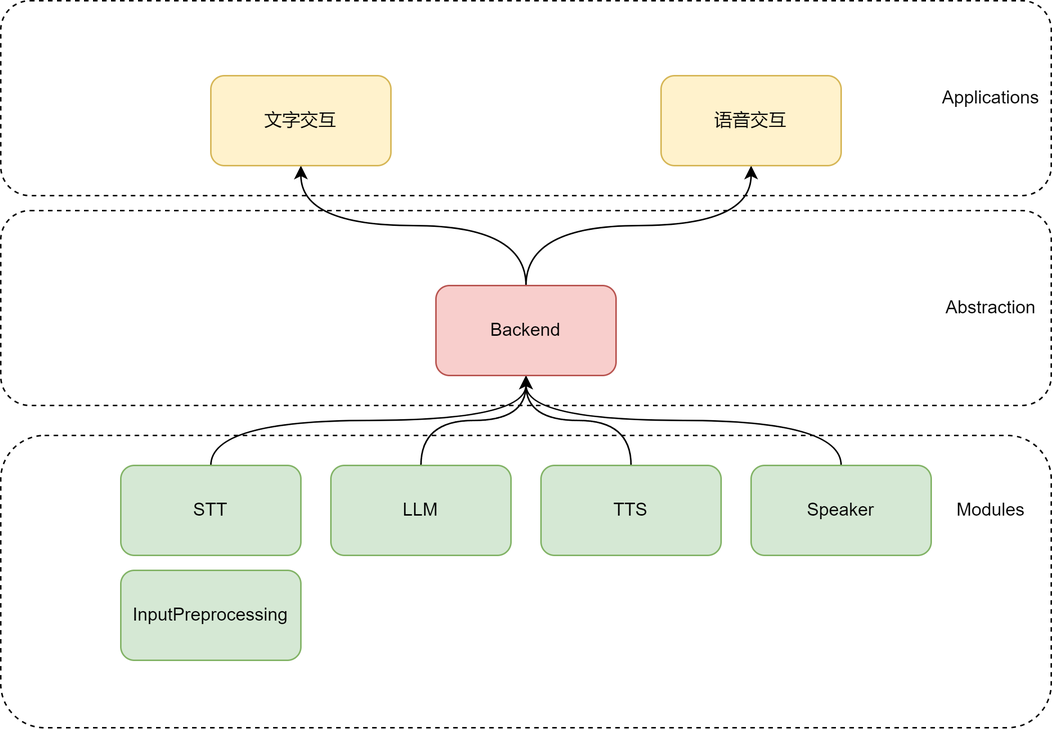
Before: arch/stack of tech.png, a diagram exported from draw.io (480284856/AsyncAudioChat). Source tidied: cells renumbered, new cells last; positions are measured from the earlier drawing's top-left corner, leaving out a move shared by most shapes.
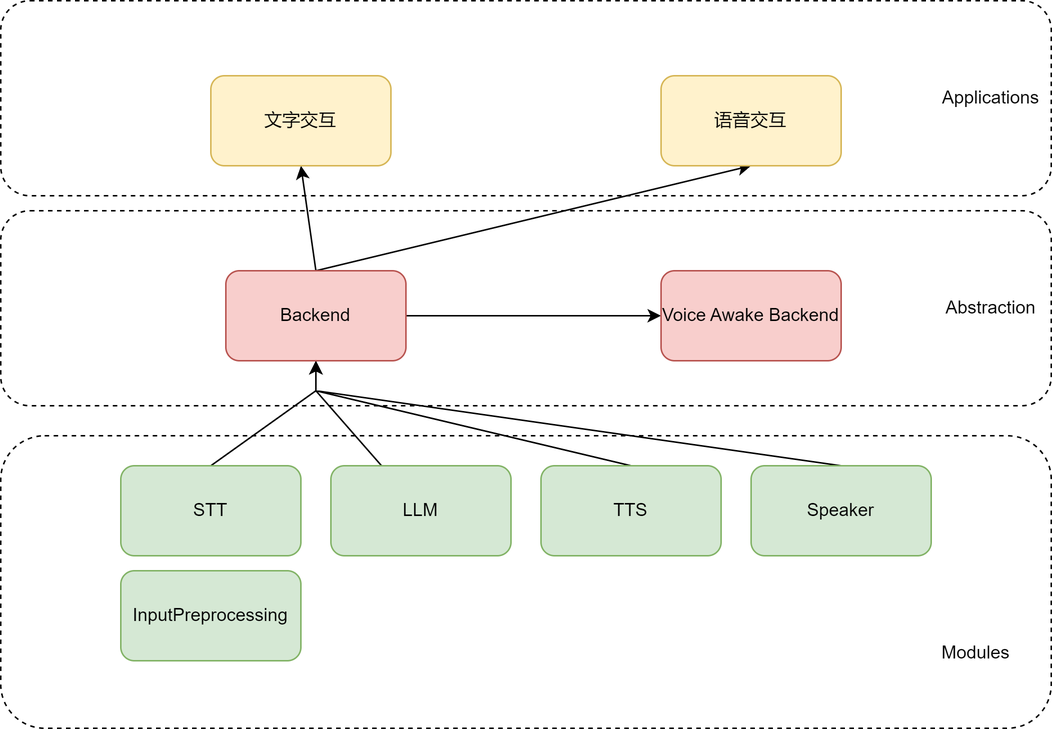
Later version of the same file.

Diff of the diagram source:
```diff
@@ -11,38 +11,57 @@
     <mxCell id="4" style="rounded=1;whiteSpace=wrap;html=1;dashed=1;" parent="1" vertex="1">
       <mxGeometry y="290" width="700" height="195" as="geometry" />
     </mxCell>
-    <mxCell id="5" style="edgeStyle=orthogonalEdgeStyle;rounded=0;jettySize=auto;html=1;entryX=0.5;entryY=1;entryDx=0;entryDy=0;exitX=0.5;exitY=0;exitDx=0;exitDy=0;curved=1;" parent="1" edge="1" source="6" target="15">
-      <mxGeometry relative="1" as="geometry" />
+    <mxCell id="5" style="rounded=0;jettySize=auto;html=1;entryX=0.5;entryY=1;entryDx=0;entryDy=0;exitX=0.5;exitY=0;exitDx=0;exitDy=0;" parent="1" edge="1" source="6" target="15">
+      <mxGeometry relative="1" as="geometry">
+        <Array as="points">
+          <mxPoint x="210" y="260" />
+        </Array>
+      </mxGeometry>
     </mxCell>
     <mxCell id="6" value="STT" style="rounded=1;whiteSpace=wrap;html=1;fillColor=#d5e8d4;strokeColor=#82b366;" parent="1" vertex="1">
       <mxGeometry x="80" y="310" width="120" height="60" as="geometry" />
     </mxCell>
-    <mxCell id="7" style="edgeStyle=orthogonalEdgeStyle;rounded=0;jettySize=auto;html=1;entryX=0.5;entryY=1;entryDx=0;entryDy=0;curved=1;" parent="1" edge="1" source="8" target="15">
-      <mxGeometry relative="1" as="geometry" />
+    <mxCell id="7" style="rounded=0;jettySize=auto;html=1;entryX=0.5;entryY=1;entryDx=0;entryDy=0;" parent="1" edge="1" source="8" target="15">
+      <mxGeometry relative="1" as="geometry">
+        <Array as="points">
+          <mxPoint x="210" y="260" />
+        </Array>
+      </mxGeometry>
     </mxCell>
     <mxCell id="8" value="LLM" style="rounded=1;whiteSpace=wrap;html=1;fillColor=#d5e8d4;strokeColor=#82b366;" parent="1" vertex="1">
       <mxGeometry x="220" y="310" width="120" height="60" as="geometry" />
     </mxCell>
-    <mxCell id="9" style="edgeStyle=orthogonalEdgeStyle;rounded=0;jettySize=auto;html=1;entryX=0.5;entryY=1;entryDx=0;entryDy=0;curved=1;" parent="1" edge="1" source="10" target="15">
-      <mxGeometry relative="1" as="geometry" />
+    <mxCell id="9" style="rounded=0;jettySize=auto;html=1;entryX=0.5;entryY=1;entryDx=0;entryDy=0;exitX=0.5;exitY=0;exitDx=0;exitDy=0;" parent="1" edge="1" source="10" target="15">
+      <mxGeometry relative="1" as="geometry">
+        <Array as="points">
+          <mxPoint x="210" y="260" />
+        </Array>
+      </mxGeometry>
     </mxCell>
     <mxCell id="10" value="TTS" style="rounded=1;whiteSpace=wrap;html=1;fillColor=#d5e8d4;strokeColor=#82b366;" parent="1" vertex="1">
       <mxGeometry x="360" y="310" width="120" height="60" as="geometry" />
     </mxCell>
-    <mxCell id="11" style="edgeStyle=orthogonalEdgeStyle;rounded=0;jettySize=auto;html=1;entryX=0.5;entryY=1;entryDx=0;entryDy=0;curved=1;exitX=0.5;exitY=0;exitDx=0;exitDy=0;" parent="1" edge="1" source="12" target="15">
-      <mxGeometry relative="1" as="geometry" />
+    <mxCell id="11" style="rounded=0;jettySize=auto;html=1;entryX=0.5;entryY=1;entryDx=0;entryDy=0;exitX=0.5;exitY=0;exitDx=0;exitDy=0;" parent="1" edge="1" source="12" target="15">
+      <mxGeometry relative="1" as="geometry">
+        <Array as="points">
+          <mxPoint x="210" y="260" />
+        </Array>
+      </mxGeometry>
     </mxCell>
     <mxCell id="12" value="Speaker" style="rounded=1;whiteSpace=wrap;html=1;fillColor=#d5e8d4;strokeColor=#82b366;" parent="1" vertex="1">
       <mxGeometry x="500" y="310" width="120" height="60" as="geometry" />
     </mxCell>
-    <mxCell id="13" style="edgeStyle=orthogonalEdgeStyle;rounded=0;jettySize=auto;html=1;entryX=0.5;entryY=1;entryDx=0;entryDy=0;exitX=0.5;exitY=0;exitDx=0;exitDy=0;curved=1;" parent="1" edge="1" source="15" target="16">
+    <mxCell id="13" style="rounded=0;jettySize=auto;html=1;entryX=0.5;entryY=1;entryDx=0;entryDy=0;exitX=0.5;exitY=0;exitDx=0;exitDy=0;" parent="1" edge="1" source="15" target="16">
       <mxGeometry relative="1" as="geometry" />
     </mxCell>
-    <mxCell id="14" style="edgeStyle=orthogonalEdgeStyle;rounded=0;jettySize=auto;html=1;entryX=0.5;entryY=1;entryDx=0;entryDy=0;curved=1;exitX=0.5;exitY=0;exitDx=0;exitDy=0;" parent="1" edge="1" source="15" target="17">
+    <mxCell id="14" style="rounded=0;jettySize=auto;html=1;entryX=0.5;entryY=1;entryDx=0;entryDy=0;exitX=0.5;exitY=0;exitDx=0;exitDy=0;" parent="1" edge="1" source="15" target="17">
       <mxGeometry relative="1" as="geometry" />
     </mxCell>
+    <mxCell id="22" style="edgeStyle=orthogonalEdgeStyle;rounded=0;jettySize=auto;html=1;entryX=0;entryY=0.5;entryDx=0;entryDy=0;" parent="1" edge="1" source="15" target="23">
+      <mxGeometry relative="1" as="geometry" />
+    </mxCell>
     <mxCell id="15" value="Backend" style="rounded=1;whiteSpace=wrap;html=1;fillColor=#f8cecc;strokeColor=#b85450;" parent="1" vertex="1">
-      <mxGeometry x="290" y="190" width="120" height="60" as="geometry" />
+      <mxGeometry x="150" y="180" width="120" height="60" as="geometry" />
     </mxCell>
     <mxCell id="16" value="文字交互" style="rounded=1;whiteSpace=wrap;html=1;fillColor=#fff2cc;strokeColor=#d6b656;" parent="1" vertex="1">
       <mxGeometry x="140" y="50" width="120" height="60" as="geometry" />
@@ -57,10 +76,13 @@
       <mxGeometry x="630" y="190" width="60" height="30" as="geometry" />
     </mxCell>
     <mxCell id="20" value="Modules" style="text;html=1;align=center;verticalAlign=middle;whiteSpace=wrap;rounded=0;" parent="1" vertex="1">
-      <mxGeometry x="630" y="325" width="60" height="30" as="geometry" />
+      <mxGeometry x="620" y="420" width="60" height="30" as="geometry" />
     </mxCell>
     <mxCell id="21" value="InputPreprocessing" style="rounded=1;whiteSpace=wrap;html=1;fillColor=#d5e8d4;strokeColor=#82b366;" parent="1" vertex="1">
       <mxGeometry x="80" y="380" width="120" height="60" as="geometry" />
     </mxCell>
+    <mxCell id="23" value="Voice Awake Backend" style="rounded=1;whiteSpace=wrap;html=1;fillColor=#f8cecc;strokeColor=#b85450;" parent="1" vertex="1">
+      <mxGeometry x="440" y="180" width="120" height="60" as="geometry" />
+    </mxCell>
   </root>
 </mxGraphModel>
```
